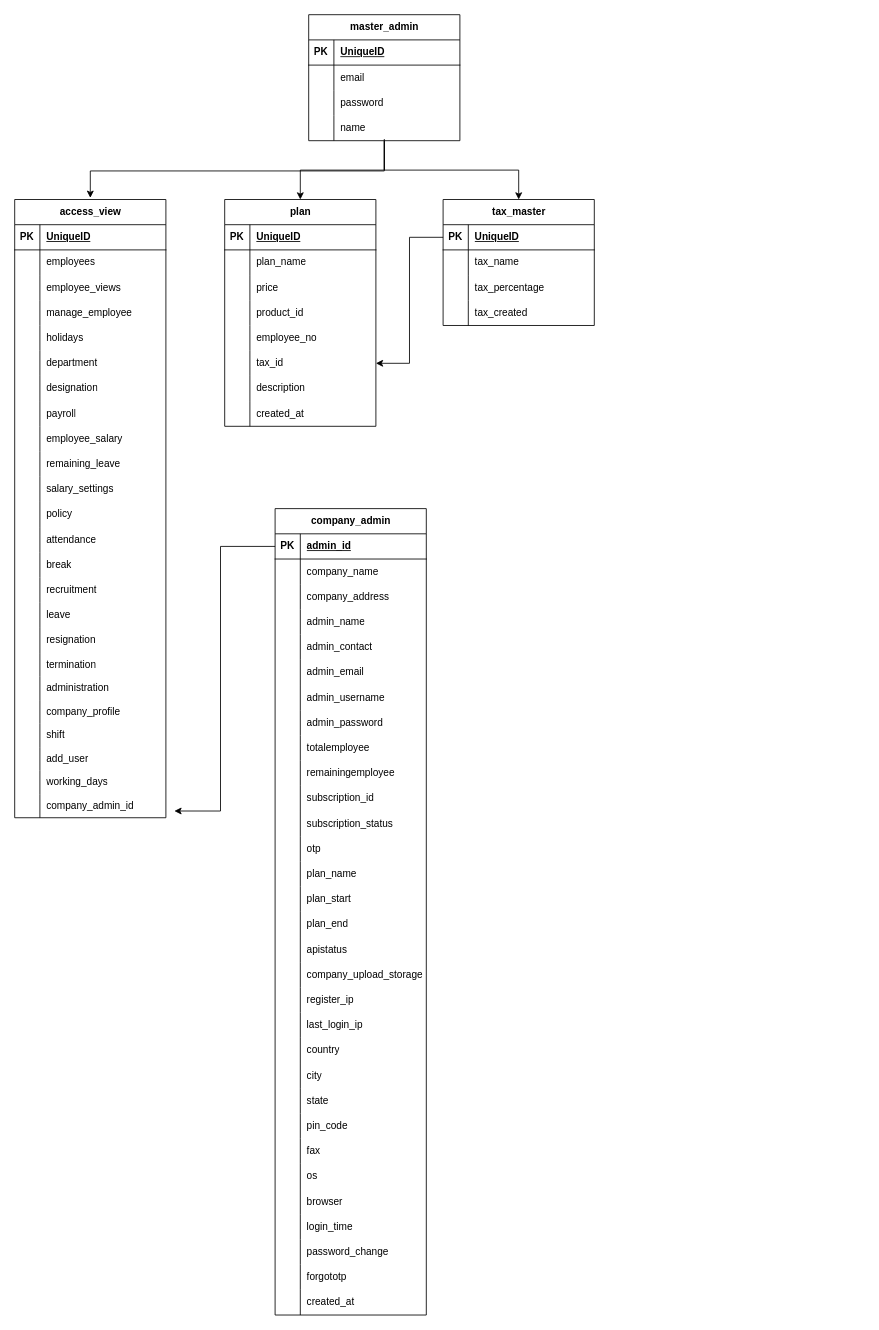
mehulparmar20/PayrollAPI keeps this draw.io diagram as APIpayroll.drawio. Above is the earlier version. Source tidied: cells renumbered, new cells numbered last; positions are measured from the earlier drawing's top-left corner, leaving out a move shared by most shapes. Both pictures are drawn from the tidied source at 84%, with x=0, y=0 at pixel (14, 14).
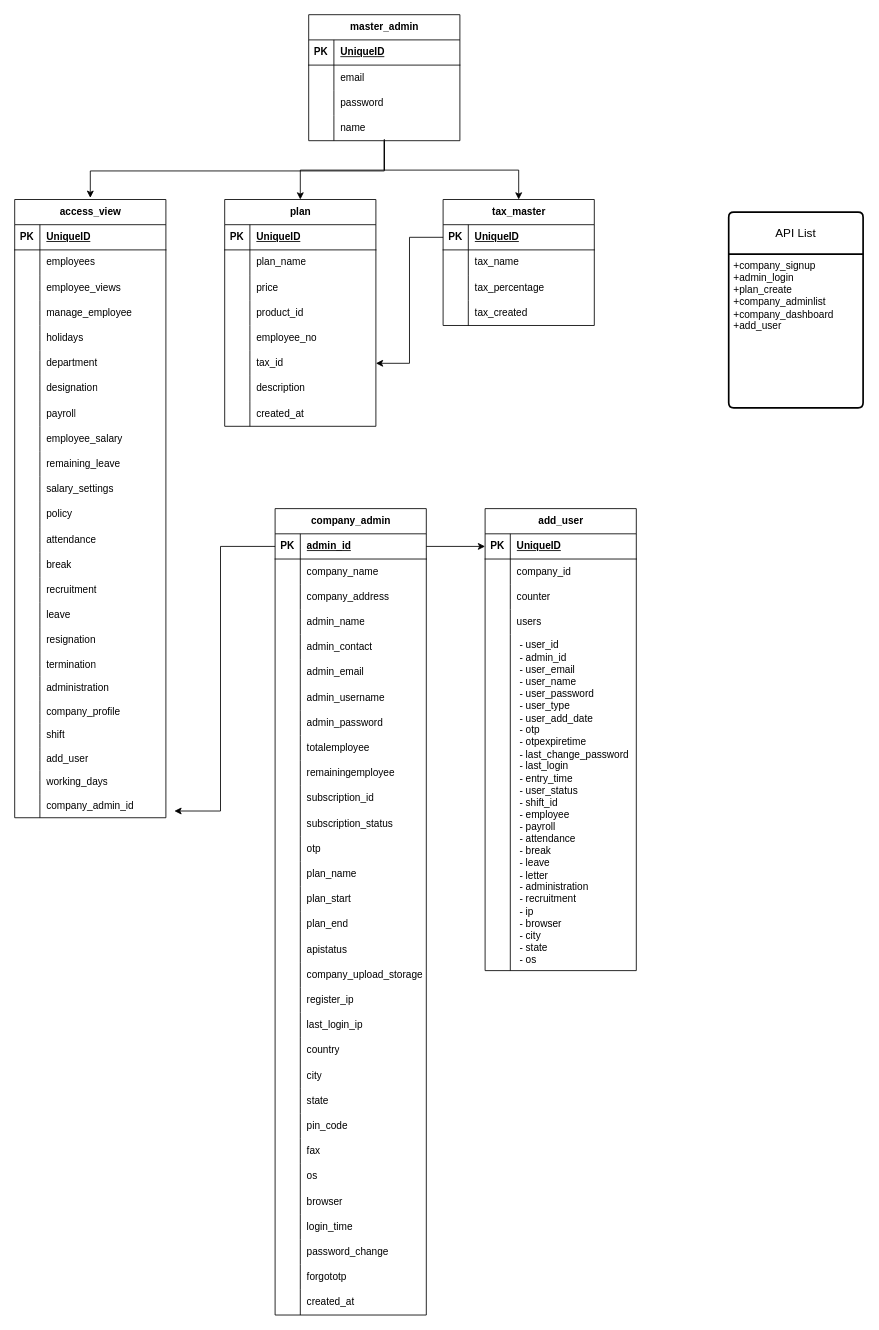
After the change.

The change refers to these unchanged cells:
```xml
<mxCell id="3" style="shape=tableRow;horizontal=0;startSize=0;swimlaneHead=0;swimlaneBody=0;fillColor=none;points=[[0,0.5],[1,0.5]];portConstraint=eastwest;top=0;left=0;right=0;bottom=1;" parent="2" vertex="1">
  <mxGeometry y="30" width="180" height="30" as="geometry" />
</mxCell>
```

Diff of the diagram source:
```diff
@@
+    <mxCell id="225" value="API List" style="swimlane;horizontal=1;startSize=50;rounded=1;fontSize=14;fontStyle=0;strokeWidth=2;shadow=0;dashed=0;align=center;arcSize=4;whiteSpace=wrap;html=1;" parent="1" vertex="1">
+      <mxGeometry x="850" y="235" width="160" height="233" as="geometry" />
+    </mxCell>
+    <mxCell id="226" value="+company_signup&lt;br&gt;+admin_login&lt;br&gt;+plan_create&lt;br&gt;+company_adminlist&lt;br&gt;+company_dashboard&lt;br&gt;+add_user" style="align=left;strokeColor=none;fillColor=none;spacingLeft=4;fontSize=12;verticalAlign=top;html=1;" parent="225" vertex="1">
+      <mxGeometry y="50" width="160" height="183" as="geometry" />
+    </mxCell>
+    <mxCell id="227" value="add_user" style="shape=table;startSize=30;childLayout=tableLayout;rowLines=0;fontStyle=1;align=center;html=1;" parent="1" vertex="1">
+      <mxGeometry x="560" y="588" width="180" height="550" as="geometry" />
+    </mxCell>
+    <mxCell id="228" style="shape=tableRow;horizontal=0;startSize=0;swimlaneHead=0;swimlaneBody=0;fillColor=none;points=[[0,0.5],[1,0.5]];portConstraint=eastwest;top=0;left=0;right=0;bottom=1;" parent="227" vertex="1">
+      <mxGeometry y="30" width="180" height="30" as="geometry" />
+    </mxCell>
+    <mxCell id="229" value="PK" style="shape=partialRectangle;fillColor=none;top=0;left=0;bottom=0;right=0;fontStyle=1;overflow=hidden;whiteSpace=wrap;html=1;" parent="228" vertex="1">
+      <mxGeometry width="30" height="30" as="geometry" />
+    </mxCell>
+    <mxCell id="230" value="UniqueID" style="shape=partialRectangle;fillColor=none;top=0;left=0;bottom=0;right=0;align=left;spacingLeft=6;fontStyle=5;overflow=hidden;whiteSpace=wrap;html=1;" parent="228" vertex="1">
+      <mxGeometry x="30" width="150" height="30" as="geometry" />
+    </mxCell>
+    <mxCell id="231" style="shape=tableRow;horizontal=0;startSize=0;swimlaneHead=0;swimlaneBody=0;fillColor=none;top=0;left=0;right=0;bottom=0;" parent="227" vertex="1">
+      <mxGeometry y="60" width="180" height="30" as="geometry" />
+    </mxCell>
+    <mxCell id="232" style="shape=partialRectangle;fillColor=none;top=0;left=0;bottom=0;right=0;overflow=hidden;whiteSpace=wrap;html=1;" parent="231" vertex="1">
+      <mxGeometry width="30" height="30" as="geometry" />
+    </mxCell>
+    <mxCell id="233" value="company_id" style="shape=partialRectangle;fillColor=none;top=0;left=0;bottom=0;right=0;align=left;spacingLeft=6;overflow=hidden;whiteSpace=wrap;html=1;" parent="231" vertex="1">
+      <mxGeometry x="30" width="150" height="30" as="geometry" />
+    </mxCell>
+    <mxCell id="234" style="shape=tableRow;horizontal=0;startSize=0;swimlaneHead=0;swimlaneBody=0;fillColor=none;top=0;left=0;right=0;bottom=0;" parent="227" vertex="1">
+      <mxGeometry y="90" width="180" height="30" as="geometry" />
+    </mxCell>
+    <mxCell id="235" style="shape=partialRectangle;fillColor=none;top=0;left=0;bottom=0;right=0;overflow=hidden;whiteSpace=wrap;html=1;" parent="234" vertex="1">
+      <mxGeometry width="30" height="30" as="geometry" />
+    </mxCell>
+    <mxCell id="236" value="counter" style="shape=partialRectangle;fillColor=none;top=0;left=0;bottom=0;right=0;align=left;spacingLeft=6;overflow=hidden;whiteSpace=wrap;html=1;" parent="234" vertex="1">
+      <mxGeometry x="30" width="150" height="30" as="geometry" />
+    </mxCell>
+    <mxCell id="237" style="shape=tableRow;horizontal=0;startSize=0;swimlaneHead=0;swimlaneBody=0;fillColor=none;top=0;left=0;right=0;bottom=0;" parent="227" vertex="1">
+      <mxGeometry y="120" width="180" height="30" as="geometry" />
+    </mxCell>
+    <mxCell id="238" style="shape=partialRectangle;fillColor=none;top=0;left=0;bottom=0;right=0;overflow=hidden;whiteSpace=wrap;html=1;" parent="237" vertex="1">
+      <mxGeometry width="30" height="30" as="geometry" />
+    </mxCell>
+    <mxCell id="239" value="users" style="shape=partialRectangle;fillColor=none;top=0;left=0;bottom=0;right=0;align=left;spacingLeft=6;overflow=hidden;whiteSpace=wrap;html=1;" parent="237" vertex="1">
+      <mxGeometry x="30" width="150" height="30" as="geometry" />
+    </mxCell>
+    <mxCell id="240" style="shape=tableRow;horizontal=0;startSize=0;swimlaneHead=0;swimlaneBody=0;fillColor=none;top=0;left=0;right=0;bottom=0;" parent="227" vertex="1">
+      <mxGeometry y="150" width="180" height="400" as="geometry" />
+    </mxCell>
+    <mxCell id="241" style="shape=partialRectangle;fillColor=none;top=0;left=0;bottom=0;right=0;overflow=hidden;whiteSpace=wrap;html=1;" parent="240" vertex="1">
+      <mxGeometry width="30" height="400" as="geometry" />
+    </mxCell>
+    <mxCell id="242" value="&amp;nbsp;- user_id&lt;br&gt;&amp;nbsp;- admin_id&lt;br&gt;&amp;nbsp;- user_email&lt;br&gt;&amp;nbsp;- user_name&lt;br&gt;&amp;nbsp;- user_password&lt;br&gt;&amp;nbsp;- user_type&lt;br&gt;&amp;nbsp;- user_add_date&lt;br&gt;&amp;nbsp;- otp&lt;br&gt;&amp;nbsp;- otpexpiretime&lt;br&gt;&amp;nbsp;- last_change_password&lt;br&gt;&amp;nbsp;- last_login&lt;br&gt;&amp;nbsp;- entry_time&lt;br&gt;&amp;nbsp;- user_status&lt;br&gt;&amp;nbsp;- shift_id&lt;br&gt;&amp;nbsp;- employee&lt;br&gt;&amp;nbsp;- payroll&lt;br&gt;&amp;nbsp;- attendance&lt;br&gt;&amp;nbsp;- break&lt;br&gt;&amp;nbsp;- leave&lt;br&gt;&amp;nbsp;- letter&lt;br&gt;&amp;nbsp;- administration&lt;br&gt;&amp;nbsp;- recruitment&lt;br&gt;&amp;nbsp;- ip&lt;br&gt;&amp;nbsp;- browser&lt;br&gt;&amp;nbsp;- city&lt;br&gt;&amp;nbsp;- state&lt;br&gt;&amp;nbsp;- os" style="shape=partialRectangle;fillColor=none;top=0;left=0;bottom=0;right=0;align=left;spacingLeft=6;overflow=hidden;whiteSpace=wrap;html=1;" parent="240" vertex="1">
+      <mxGeometry x="30" width="150" height="400" as="geometry" />
+    </mxCell>
+    <mxCell id="243" style="edgeStyle=orthogonalEdgeStyle;rounded=0;jettySize=auto;html=1;entryX=0;entryY=0.5;entryDx=0;entryDy=0;" parent="1" edge="1" source="3" target="228">
+      <mxGeometry relative="1" as="geometry" />
+    </mxCell>
```
